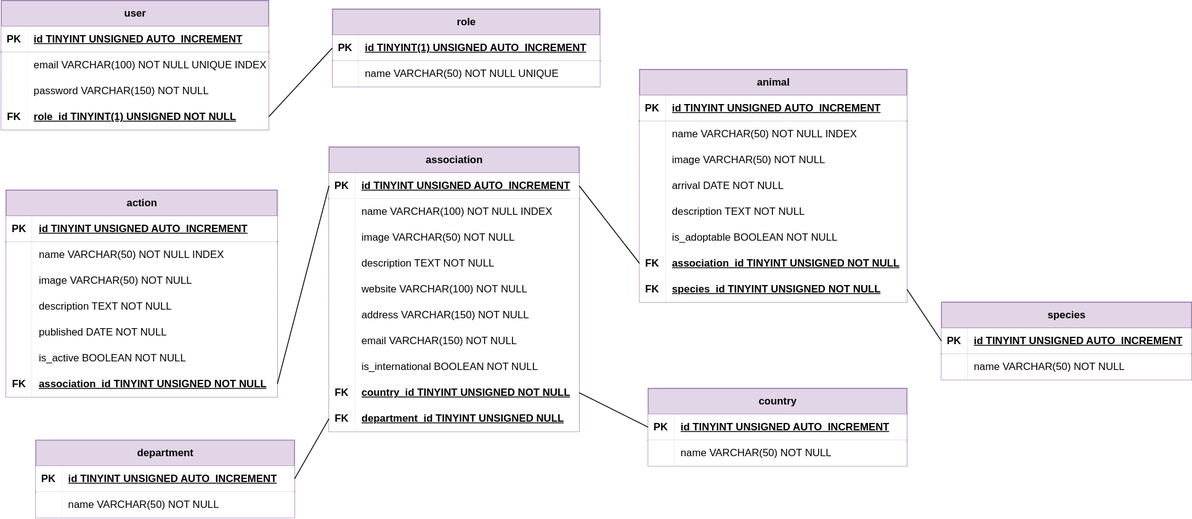
Earlier version of the draw.io export code/merise/MPD.drawio.svg (manonjarzabeck/compawny). Source tidied: cells renumbered, new cells last; positions are measured from the earlier drawing's top-left corner, leaving out a move shared by most shapes.
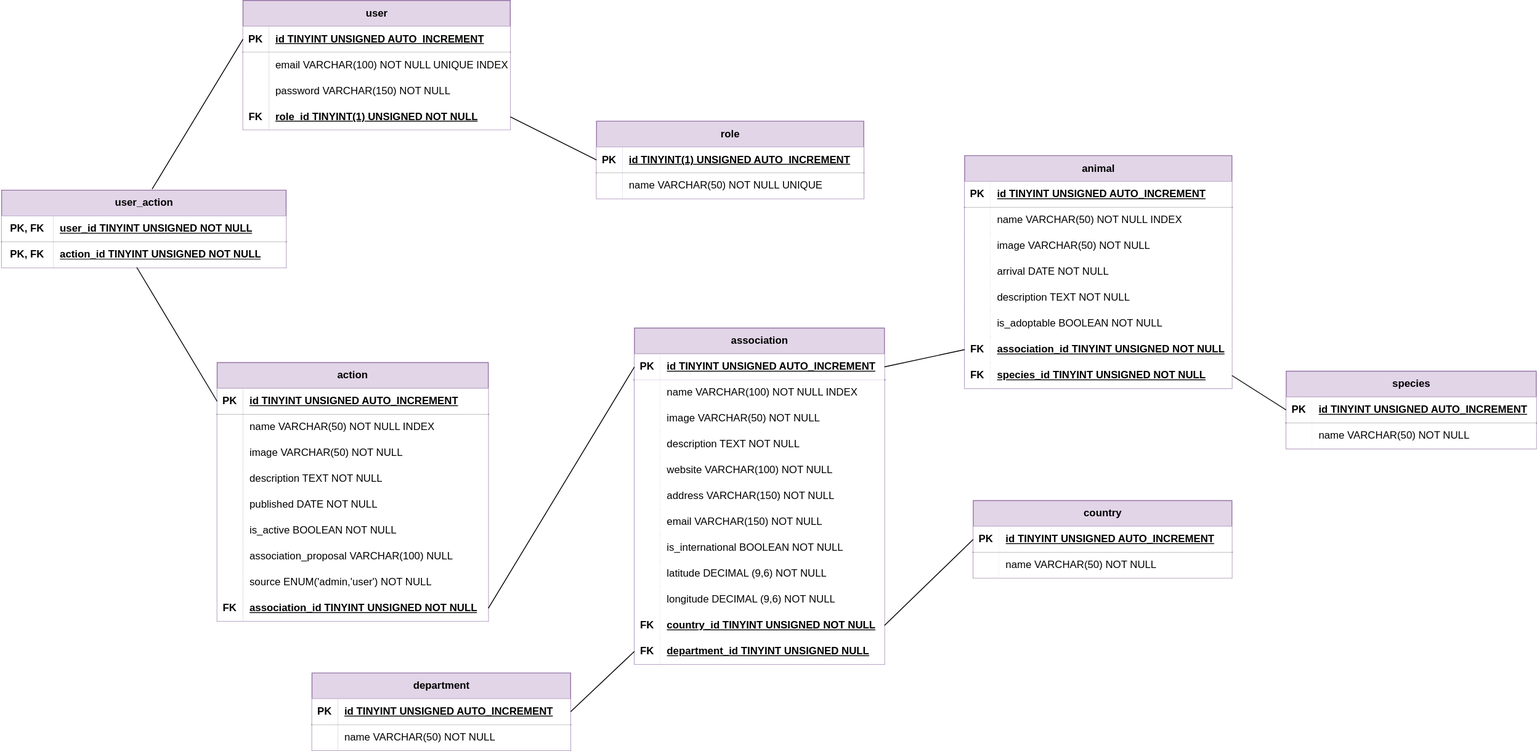
After the change.

The edit, as a diff of the source:
```diff
@@ -3,7 +3,7 @@
     <mxCell id="0" />
     <mxCell id="1" parent="0" />
     <mxCell id="2" value="user" style="shape=table;startSize=30;rowLines=0;fontStyle=1;align=center;html=1;fillColor=#e1d5e7;strokeColor=#9673a6;" parent="1" vertex="1">
-      <mxGeometry width="310" height="150" as="geometry" />
+      <mxGeometry x="-50" y="-110" width="310" height="150" as="geometry" />
     </mxCell>
     <mxCell id="3" style="shape=tableRow;horizontal=0;startSize=0;swimlaneHead=0;swimlaneBody=0;fillColor=none;points=[[0,0.5],[1,0.5]];portConstraint=eastwest;top=0;left=0;right=0;bottom=1;" parent="2" vertex="1">
       <mxGeometry y="30" width="310" height="30" as="geometry" />
@@ -42,7 +42,7 @@
       <mxGeometry x="30" width="280" height="30" as="geometry" />
     </mxCell>
     <mxCell id="15" value="role" style="shape=table;startSize=30;rowLines=0;fontStyle=1;align=center;html=1;fillColor=#e1d5e7;strokeColor=#9673a6;" parent="1" vertex="1">
-      <mxGeometry x="384" y="10" width="310" height="90" as="geometry" />
+      <mxGeometry x="360" y="30" width="310" height="90" as="geometry" />
     </mxCell>
     <mxCell id="16" style="shape=tableRow;horizontal=0;startSize=0;swimlaneHead=0;swimlaneBody=0;fillColor=none;points=[[0,0.5],[1,0.5]];portConstraint=eastwest;top=0;left=0;right=0;bottom=1;" parent="15" vertex="1">
       <mxGeometry y="30" width="310" height="30" as="geometry" />
@@ -63,7 +63,7 @@
       <mxGeometry x="30" width="280" height="30" as="geometry" />
     </mxCell>
     <mxCell id="22" value="action" style="shape=table;startSize=30;rowLines=0;fontStyle=1;align=center;html=1;fillColor=#e1d5e7;strokeColor=#9673a6;" parent="1" vertex="1">
-      <mxGeometry x="5.5" y="220" width="314.5" height="240" as="geometry" />
+      <mxGeometry x="-80" y="310" width="314.5" height="300" as="geometry" />
     </mxCell>
     <mxCell id="23" style="shape=tableRow;horizontal=0;startSize=0;swimlaneHead=0;swimlaneBody=0;fillColor=none;points=[[0,0.5],[1,0.5]];portConstraint=eastwest;top=0;left=0;right=0;bottom=1;" parent="22" vertex="1">
       <mxGeometry y="30" width="314.5" height="30" as="geometry" />
@@ -119,8 +119,26 @@
     <mxCell id="40" value="is_active BOOLEAN NOT NULL" style="shape=partialRectangle;top=0;left=0;bottom=0;right=0;align=left;spacingLeft=6;overflow=hidden;whiteSpace=wrap;html=1;" parent="38" vertex="1">
       <mxGeometry x="30" width="284.5" height="30" as="geometry" />
     </mxCell>
+    <mxCell id="127" style="shape=tableRow;horizontal=0;startSize=0;swimlaneHead=0;swimlaneBody=0;fillColor=none;top=0;left=0;right=0;bottom=0;strokeWidth=2;strokeColor=default;" parent="22" vertex="1">
+      <mxGeometry y="210" width="314.5" height="30" as="geometry" />
+    </mxCell>
+    <mxCell id="128" style="shape=partialRectangle;top=0;left=0;bottom=0;right=0;overflow=hidden;whiteSpace=wrap;html=1;" parent="127" vertex="1">
+      <mxGeometry width="30" height="30" as="geometry" />
+    </mxCell>
+    <mxCell id="129" value="association_proposal VARCHAR(100) NULL" style="shape=partialRectangle;top=0;left=0;bottom=0;right=0;align=left;spacingLeft=6;overflow=hidden;whiteSpace=wrap;html=1;" parent="127" vertex="1">
+      <mxGeometry x="30" width="284.5" height="30" as="geometry" />
+    </mxCell>
+    <mxCell id="130" style="shape=tableRow;horizontal=0;startSize=0;swimlaneHead=0;swimlaneBody=0;fillColor=none;top=0;left=0;right=0;bottom=0;strokeWidth=2;strokeColor=default;" parent="22" vertex="1">
+      <mxGeometry y="240" width="314.5" height="30" as="geometry" />
+    </mxCell>
+    <mxCell id="131" style="shape=partialRectangle;top=0;left=0;bottom=0;right=0;overflow=hidden;whiteSpace=wrap;html=1;" parent="130" vertex="1">
+      <mxGeometry width="30" height="30" as="geometry" />
+    </mxCell>
+    <mxCell id="132" value="source ENUM('admin,'user') NOT NULL&amp;nbsp;" style="shape=partialRectangle;top=0;left=0;bottom=0;right=0;align=left;spacingLeft=6;overflow=hidden;whiteSpace=wrap;html=1;" parent="130" vertex="1">
+      <mxGeometry x="30" width="284.5" height="30" as="geometry" />
+    </mxCell>
     <mxCell id="41" style="shape=tableRow;horizontal=0;startSize=0;swimlaneHead=0;swimlaneBody=0;fillColor=none;points=[[0,0.5],[1,0.5]];portConstraint=eastwest;top=0;left=0;right=0;bottom=0;strokeWidth=2;strokeColor=default;" parent="22" vertex="1">
-      <mxGeometry y="210" width="314.5" height="30" as="geometry" />
+      <mxGeometry y="270" width="314.5" height="30" as="geometry" />
     </mxCell>
     <mxCell id="42" value="&lt;b&gt;&lt;font style=&quot;color: rgb(0, 0, 0);&quot;&gt;FK&lt;/font&gt;&lt;/b&gt;" style="shape=partialRectangle;top=0;left=0;bottom=0;right=0;overflow=hidden;whiteSpace=wrap;html=1;" parent="41" vertex="1">
       <mxGeometry width="30" height="30" as="geometry" />
@@ -129,7 +147,7 @@
       <mxGeometry x="30" width="284.5" height="30" as="geometry" />
     </mxCell>
     <mxCell id="44" value="association" style="shape=table;startSize=30;rowLines=0;fontStyle=1;align=center;html=1;fillColor=#e1d5e7;strokeColor=#9673a6;swimlaneFillColor=none;" parent="1" vertex="1">
-      <mxGeometry x="380" y="170" width="290" height="330" as="geometry" />
+      <mxGeometry x="404" y="270" width="290" height="390" as="geometry" />
     </mxCell>
     <mxCell id="45" style="shape=tableRow;horizontal=0;startSize=0;swimlaneHead=0;swimlaneBody=0;fillColor=none;points=[[0,0.5],[1,0.5]];portConstraint=eastwest;top=0;left=0;right=0;bottom=1;swimlaneLine=1;strokeColor=inherit;swimlaneFillColor=none;strokeWidth=2;" parent="44" vertex="1">
       <mxGeometry y="30" width="290" height="30" as="geometry" />
@@ -203,8 +221,26 @@
     <mxCell id="68" value="is_international BOOLEAN NOT NULL" style="shape=partialRectangle;top=0;left=0;bottom=0;right=0;align=left;spacingLeft=6;overflow=hidden;whiteSpace=wrap;html=1;" parent="66" vertex="1">
       <mxGeometry x="30" width="260" height="30" as="geometry" />
     </mxCell>
+    <mxCell id="133" style="shape=tableRow;horizontal=0;startSize=0;swimlaneHead=0;swimlaneBody=0;fillColor=none;top=0;left=0;right=0;bottom=0;strokeWidth=2;strokeColor=default;" parent="44" vertex="1">
+      <mxGeometry y="270" width="290" height="30" as="geometry" />
+    </mxCell>
+    <mxCell id="134" style="shape=partialRectangle;top=0;left=0;bottom=0;right=0;overflow=hidden;whiteSpace=wrap;html=1;" parent="133" vertex="1">
+      <mxGeometry width="30" height="30" as="geometry" />
+    </mxCell>
+    <mxCell id="135" value="latitude DECIMAL (9,6) NOT NULL&amp;nbsp;" style="shape=partialRectangle;top=0;left=0;bottom=0;right=0;align=left;spacingLeft=6;overflow=hidden;whiteSpace=wrap;html=1;" parent="133" vertex="1">
+      <mxGeometry x="30" width="260" height="30" as="geometry" />
+    </mxCell>
+    <mxCell id="136" style="shape=tableRow;horizontal=0;startSize=0;swimlaneHead=0;swimlaneBody=0;fillColor=none;top=0;left=0;right=0;bottom=0;strokeWidth=2;strokeColor=default;" parent="44" vertex="1">
+      <mxGeometry y="300" width="290" height="30" as="geometry" />
+    </mxCell>
+    <mxCell id="137" style="shape=partialRectangle;top=0;left=0;bottom=0;right=0;overflow=hidden;whiteSpace=wrap;html=1;" parent="136" vertex="1">
+      <mxGeometry width="30" height="30" as="geometry" />
+    </mxCell>
+    <mxCell id="138" value="longitude DECIMAL (9,6) NOT NULL" style="shape=partialRectangle;top=0;left=0;bottom=0;right=0;align=left;spacingLeft=6;overflow=hidden;whiteSpace=wrap;html=1;" parent="136" vertex="1">
+      <mxGeometry x="30" width="260" height="30" as="geometry" />
+    </mxCell>
     <mxCell id="69" style="shape=tableRow;horizontal=0;startSize=0;swimlaneHead=0;swimlaneBody=0;fillColor=none;points=[[0,0.5],[1,0.5]];portConstraint=eastwest;top=0;left=0;right=0;bottom=0;strokeWidth=2;strokeColor=default;" parent="44" vertex="1">
-      <mxGeometry y="270" width="290" height="30" as="geometry" />
+      <mxGeometry y="330" width="290" height="30" as="geometry" />
     </mxCell>
     <mxCell id="70" value="&lt;b&gt;&lt;font style=&quot;color: rgb(0, 0, 0);&quot;&gt;FK&lt;/font&gt;&lt;/b&gt;" style="shape=partialRectangle;top=0;left=0;bottom=0;right=0;overflow=hidden;whiteSpace=wrap;html=1;" parent="69" vertex="1">
       <mxGeometry width="30" height="30" as="geometry" />
@@ -213,7 +249,7 @@
       <mxGeometry x="30" width="260" height="30" as="geometry" />
     </mxCell>
     <mxCell id="72" style="shape=tableRow;horizontal=0;startSize=0;swimlaneHead=0;swimlaneBody=0;fillColor=none;points=[[0,0.5],[1,0.5]];portConstraint=eastwest;top=0;left=0;right=0;bottom=0;strokeWidth=2;strokeColor=default;" parent="44" vertex="1">
-      <mxGeometry y="300" width="290" height="30" as="geometry" />
+      <mxGeometry y="360" width="290" height="30" as="geometry" />
     </mxCell>
     <mxCell id="73" value="&lt;b&gt;&lt;font style=&quot;color: rgb(0, 0, 0);&quot;&gt;FK&lt;/font&gt;&lt;/b&gt;" style="shape=partialRectangle;top=0;left=0;bottom=0;right=0;overflow=hidden;whiteSpace=wrap;html=1;" parent="72" vertex="1">
       <mxGeometry width="30" height="30" as="geometry" />
@@ -222,7 +258,7 @@
       <mxGeometry x="30" width="260" height="30" as="geometry" />
     </mxCell>
     <mxCell id="75" value="country" style="shape=table;startSize=30;rowLines=0;fontStyle=1;align=center;html=1;fillColor=#e1d5e7;strokeColor=#9673a6;" parent="1" vertex="1">
-      <mxGeometry x="750" y="450" width="300" height="90" as="geometry" />
+      <mxGeometry x="797" y="470" width="300" height="90" as="geometry" />
     </mxCell>
     <mxCell id="76" style="shape=tableRow;horizontal=0;startSize=0;swimlaneHead=0;swimlaneBody=0;fillColor=none;points=[[0,0.5],[1,0.5]];portConstraint=eastwest;top=0;left=0;right=0;bottom=1;" parent="75" vertex="1">
       <mxGeometry y="30" width="300" height="30" as="geometry" />
@@ -243,7 +279,7 @@
       <mxGeometry x="30" width="270" height="30" as="geometry" />
     </mxCell>
     <mxCell id="82" value="species" style="shape=table;startSize=30;rowLines=0;fontStyle=1;align=center;html=1;fillColor=#e1d5e7;strokeColor=#9673a6;" parent="1" vertex="1">
-      <mxGeometry x="1090" y="350" width="290" height="90" as="geometry" />
+      <mxGeometry x="1160" y="320" width="290" height="90" as="geometry" />
     </mxCell>
     <mxCell id="83" style="shape=tableRow;horizontal=0;startSize=0;swimlaneHead=0;swimlaneBody=0;fillColor=none;points=[[0,0.5],[1,0.5]];portConstraint=eastwest;top=0;left=0;right=0;bottom=1;" parent="82" vertex="1">
       <mxGeometry y="30" width="290" height="30" as="geometry" />
@@ -264,7 +300,7 @@
       <mxGeometry x="30" width="260" height="30" as="geometry" />
     </mxCell>
     <mxCell id="89" value="animal" style="shape=table;startSize=30;rowLines=0;fontStyle=1;align=center;html=1;fillColor=#e1d5e7;strokeColor=#9673a6;" parent="1" vertex="1">
-      <mxGeometry x="740" y="80" width="310" height="270" as="geometry" />
+      <mxGeometry x="787" y="70" width="310" height="270" as="geometry" />
     </mxCell>
     <mxCell id="90" style="shape=tableRow;horizontal=0;startSize=0;swimlaneHead=0;swimlaneBody=0;fillColor=none;top=0;left=0;right=0;bottom=1;" parent="89" vertex="1">
       <mxGeometry y="30" width="310" height="30" as="geometry" />
@@ -354,7 +390,7 @@
       <mxGeometry relative="1" as="geometry" />
     </mxCell>
     <mxCell id="119" value="department" style="shape=table;startSize=30;rowLines=0;fontStyle=1;align=center;html=1;fillColor=#e1d5e7;strokeColor=#9673a6;" parent="1" vertex="1">
-      <mxGeometry x="40" y="510" width="300" height="90" as="geometry" />
+      <mxGeometry x="30" y="670" width="300" height="90" as="geometry" />
     </mxCell>
     <mxCell id="120" style="shape=tableRow;horizontal=0;startSize=0;swimlaneHead=0;swimlaneBody=0;fillColor=none;points=[[0,0.5],[1,0.5]];portConstraint=eastwest;top=0;left=0;right=0;bottom=1;" parent="119" vertex="1">
       <mxGeometry y="30" width="300" height="30" as="geometry" />
@@ -377,5 +413,32 @@
     <mxCell id="126" style="endArrow=none;html=1;rounded=0;exitX=1;exitY=0.5;exitDx=0;exitDy=0;entryX=0;entryY=0.5;entryDx=0;entryDy=0;" parent="1" edge="1" source="120" target="72">
       <mxGeometry relative="1" as="geometry" />
     </mxCell>
+    <mxCell id="139" value="user_action" style="shape=table;startSize=30;rowLines=0;fontStyle=1;align=center;html=1;fillColor=#e1d5e7;strokeColor=#9673a6;" parent="1" vertex="1">
+      <mxGeometry x="-330" y="110" width="330" height="90" as="geometry" />
+    </mxCell>
+    <mxCell id="140" style="shape=tableRow;horizontal=0;startSize=0;swimlaneHead=0;swimlaneBody=0;fillColor=none;top=0;left=0;right=0;bottom=1;" parent="139" vertex="1">
+      <mxGeometry y="30" width="330" height="30" as="geometry" />
+    </mxCell>
+    <mxCell id="141" value="PK, FK" style="shape=partialRectangle;top=0;left=0;bottom=0;right=0;fontStyle=1;overflow=hidden;whiteSpace=wrap;html=1;" parent="140" vertex="1">
+      <mxGeometry width="60" height="30" as="geometry" />
+    </mxCell>
+    <mxCell id="142" value="&lt;b style=&quot;color: rgb(63, 63, 63); scrollbar-color: rgb(226, 226, 226) rgb(251, 251, 251);&quot;&gt;&lt;u style=&quot;color: rgb(63, 63, 63); scrollbar-color: rgb(226, 226, 226) rgb(251, 251, 251);&quot;&gt;&lt;font style=&quot;scrollbar-color: rgb(226, 226, 226) rgb(251, 251, 251); color: rgb(0, 0, 0);&quot;&gt;user_id TINYINT UNSIGNED NOT NULL&lt;/font&gt;&lt;/u&gt;&lt;/b&gt;" style="shape=partialRectangle;top=0;left=0;bottom=0;right=0;align=left;spacingLeft=6;fontStyle=5;overflow=hidden;whiteSpace=wrap;html=1;" parent="140" vertex="1">
+      <mxGeometry x="60" width="270" height="30" as="geometry" />
+    </mxCell>
+    <mxCell id="143" style="shape=tableRow;horizontal=0;startSize=0;swimlaneHead=0;swimlaneBody=0;fillColor=none;points=[[0,0.5],[1,0.5]];portConstraint=eastwest;top=0;left=0;right=0;bottom=0;strokeWidth=2;strokeColor=default;" parent="139" vertex="1">
+      <mxGeometry y="60" width="330" height="30" as="geometry" />
+    </mxCell>
+    <mxCell id="144" value="&lt;b&gt;&lt;font style=&quot;color: rgb(0, 0, 0);&quot;&gt;PK, FK&lt;/font&gt;&lt;/b&gt;" style="shape=partialRectangle;top=0;left=0;bottom=0;right=0;overflow=hidden;whiteSpace=wrap;html=1;" parent="143" vertex="1">
+      <mxGeometry width="60" height="30" as="geometry" />
+    </mxCell>
+    <mxCell id="145" value="&lt;b style=&quot;color: rgb(63, 63, 63); scrollbar-color: rgb(226, 226, 226) rgb(251, 251, 251);&quot;&gt;&lt;u style=&quot;color: rgb(63, 63, 63); scrollbar-color: rgb(226, 226, 226) rgb(251, 251, 251);&quot;&gt;&lt;font style=&quot;scrollbar-color: rgb(226, 226, 226) rgb(251, 251, 251); color: rgb(0, 0, 0);&quot;&gt;action_id TINYINT UNSIGNED NOT NULL&lt;/font&gt;&lt;/u&gt;&lt;/b&gt;" style="shape=partialRectangle;top=0;left=0;bottom=0;right=0;align=left;spacingLeft=6;overflow=hidden;whiteSpace=wrap;html=1;" parent="143" vertex="1">
+      <mxGeometry x="60" width="270" height="30" as="geometry" />
+    </mxCell>
+    <mxCell id="146" style="endArrow=none;html=1;rounded=0;entryX=0.529;entryY=-0.013;entryDx=0;entryDy=0;entryPerimeter=0;exitX=0;exitY=0.5;exitDx=0;exitDy=0;" parent="1" edge="1" source="3" target="139">
+      <mxGeometry relative="1" as="geometry" />
+    </mxCell>
+    <mxCell id="147" style="endArrow=none;html=1;rounded=0;entryX=0;entryY=0.5;entryDx=0;entryDy=0;exitX=0.475;exitY=0.987;exitDx=0;exitDy=0;exitPerimeter=0;" parent="1" edge="1" source="143" target="23">
+      <mxGeometry relative="1" as="geometry" />
+    </mxCell>
   </root>
 </mxGraphModel>
```
